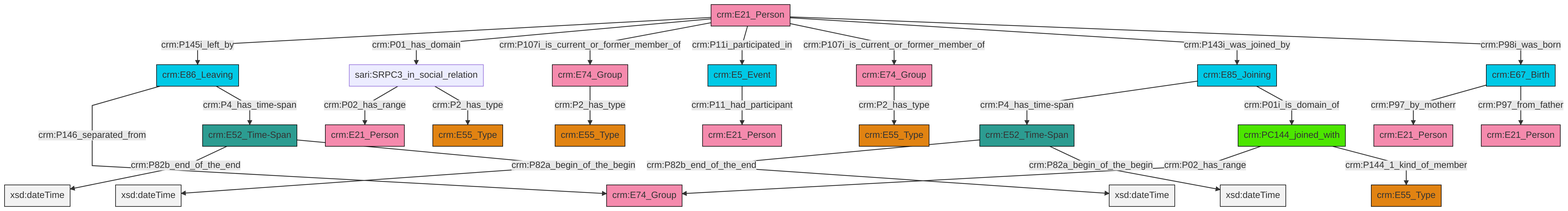
Above: et/personCSV/ttl/mmd/png/Person_Actor_Relations.png in swiss-art-research-net/docs.swissartresearch (Mermaid), before the change. Its source is kept beside it as et/personCSV/ttl/mmd/Person_Actor_Relations.ttl.mmd.
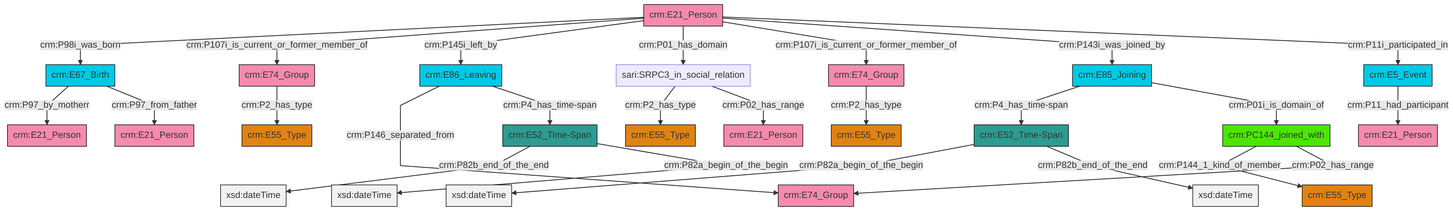
The same file after the commit.

Diff of the diagram source:
```diff
@@ -13,27 +13,27 @@
 classDef PC_Classes fill:#4ce600, stroke:#000000;
 classDef Multi fill:#cccccc,stroke:#000000;
 
-0["crm:E52_Time-Span"]:::Time-Span -->|crm:P82b_end_of_the_end| 1[xsd:dateTime]:::Literal
-2["crm:PC144_joined_with"]:::PC_Classes -->|crm:P02_has_range| 3["crm:E74_Group"]:::Actor
-7["crm:E67_Birth"]:::Temporal_Entity -->|crm:P97_by_motherr| 8["crm:E21_Person"]:::Actor
-11["crm:E5_Event"]:::Temporal_Entity -->|crm:P11_had_participant| 12["crm:E21_Person"]:::Actor
-21["crm:E21_Person"]:::Actor -->|crm:P145i_left_by| 22["crm:E86_Leaving"]:::Temporal_Entity
-22["crm:E86_Leaving"]:::Temporal_Entity -->|crm:P146_separated_from| 3["crm:E74_Group"]:::Actor
-21["crm:E21_Person"]:::Actor -->|crm:P01_has_domain| 23["sari:SRPC3_in_social_relation"]:::Default
-21["crm:E21_Person"]:::Actor -->|crm:P107i_is_current_or_former_member_of| 25["crm:E74_Group"]:::Actor
-27["crm:E74_Group"]:::Actor -->|crm:P2_has_type| 28["crm:E55_Type"]:::Type
-25["crm:E74_Group"]:::Actor -->|crm:P2_has_type| 13["crm:E55_Type"]:::Type
-22["crm:E86_Leaving"]:::Temporal_Entity -->|crm:P4_has_time-span| 0["crm:E52_Time-Span"]:::Time-Span
-7["crm:E67_Birth"]:::Temporal_Entity -->|crm:P97_from_father| 17["crm:E21_Person"]:::Actor
-9["crm:E52_Time-Span"]:::Time-Span -->|crm:P82b_end_of_the_end| 31[xsd:dateTime]:::Literal
-21["crm:E21_Person"]:::Actor -->|crm:P11i_participated_in| 11["crm:E5_Event"]:::Temporal_Entity
-21["crm:E21_Person"]:::Actor -->|crm:P107i_is_current_or_former_member_of| 27["crm:E74_Group"]:::Actor
-2["crm:PC144_joined_with"]:::PC_Classes -->|crm:P144_1_kind_of_member| 19["crm:E55_Type"]:::Type
-21["crm:E21_Person"]:::Actor -->|crm:P143i_was_joined_by| 32["crm:E85_Joining"]:::Temporal_Entity
-32["crm:E85_Joining"]:::Temporal_Entity -->|crm:P4_has_time-span| 9["crm:E52_Time-Span"]:::Time-Span
-9["crm:E52_Time-Span"]:::Time-Span -->|crm:P82a_begin_of_the_begin| 40[xsd:dateTime]:::Literal
-0["crm:E52_Time-Span"]:::Time-Span -->|crm:P82a_begin_of_the_begin| 41[xsd:dateTime]:::Literal
-21["crm:E21_Person"]:::Actor -->|crm:P98i_was_born| 7["crm:E67_Birth"]:::Temporal_Entity
-23["sari:SRPC3_in_social_relation"]:::Default -->|crm:P02_has_range| 5["crm:E21_Person"]:::Actor
-23["sari:SRPC3_in_social_relation"]:::Default -->|crm:P2_has_type| 15["crm:E55_Type"]:::Type
-32["crm:E85_Joining"]:::Temporal_Entity -->|crm:P01i_is_domain_of| 2["crm:PC144_joined_with"]:::PC_Classes
+0["crm:E52_Time-Span"]:::Time-Span -->|crm:P82a_begin_of_the_begin| 1[xsd:dateTime]:::Literal
+2["crm:PC144_joined_with"]:::PC_Classes -->|crm:P144_1_kind_of_member| 3["crm:E55_Type"]:::Type
+8["crm:E21_Person"]:::Actor -->|crm:P98i_was_born| 4["crm:E67_Birth"]:::Temporal_Entity
+9["crm:E52_Time-Span"]:::Time-Span -->|crm:P82b_end_of_the_end| 10[xsd:dateTime]:::Literal
+8["crm:E21_Person"]:::Actor -->|crm:P107i_is_current_or_former_member_of| 12["crm:E74_Group"]:::Actor
+9["crm:E52_Time-Span"]:::Time-Span -->|crm:P82a_begin_of_the_begin| 13[xsd:dateTime]:::Literal
+12["crm:E74_Group"]:::Actor -->|crm:P2_has_type| 14["crm:E55_Type"]:::Type
+8["crm:E21_Person"]:::Actor -->|crm:P145i_left_by| 15["crm:E86_Leaving"]:::Temporal_Entity
+21["crm:E5_Event"]:::Temporal_Entity -->|crm:P11_had_participant| 19["crm:E21_Person"]:::Actor
+15["crm:E86_Leaving"]:::Temporal_Entity -->|crm:P146_separated_from| 23["crm:E74_Group"]:::Actor
+2["crm:PC144_joined_with"]:::PC_Classes -->|crm:P02_has_range| 23["crm:E74_Group"]:::Actor
+8["crm:E21_Person"]:::Actor -->|crm:P01_has_domain| 24["sari:SRPC3_in_social_relation"]:::Default
+4["crm:E67_Birth"]:::Temporal_Entity -->|crm:P97_by_motherr| 16["crm:E21_Person"]:::Actor
+15["crm:E86_Leaving"]:::Temporal_Entity -->|crm:P4_has_time-span| 9["crm:E52_Time-Span"]:::Time-Span
+31["crm:E74_Group"]:::Actor -->|crm:P2_has_type| 6["crm:E55_Type"]:::Type
+8["crm:E21_Person"]:::Actor -->|crm:P107i_is_current_or_former_member_of| 31["crm:E74_Group"]:::Actor
+24["sari:SRPC3_in_social_relation"]:::Default -->|crm:P2_has_type| 38["crm:E55_Type"]:::Type
+34["crm:E85_Joining"]:::Temporal_Entity -->|crm:P4_has_time-span| 0["crm:E52_Time-Span"]:::Time-Span
+8["crm:E21_Person"]:::Actor -->|crm:P143i_was_joined_by| 34["crm:E85_Joining"]:::Temporal_Entity
+0["crm:E52_Time-Span"]:::Time-Span -->|crm:P82b_end_of_the_end| 42[xsd:dateTime]:::Literal
+8["crm:E21_Person"]:::Actor -->|crm:P11i_participated_in| 21["crm:E5_Event"]:::Temporal_Entity
+4["crm:E67_Birth"]:::Temporal_Entity -->|crm:P97_from_father| 25["crm:E21_Person"]:::Actor
+24["sari:SRPC3_in_social_relation"]:::Default -->|crm:P02_has_range| 28["crm:E21_Person"]:::Actor
+34["crm:E85_Joining"]:::Temporal_Entity -->|crm:P01i_is_domain_of| 2["crm:PC144_joined_with"]:::PC_Classes
```
